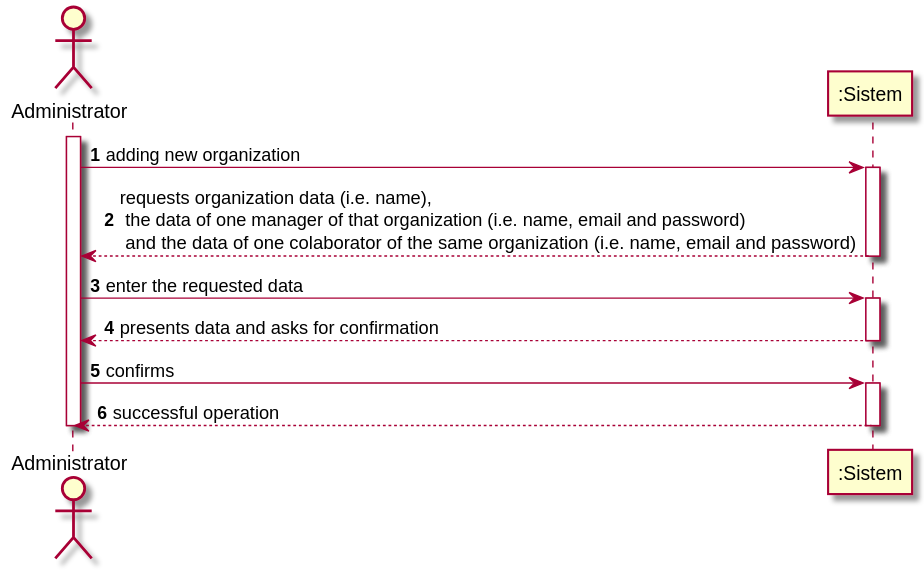
This is docs/UC_08/UC08_SSD.svg from botelho-io/lapr2-2020-g029, a PlantUML export, as it was before one commit. Source of this version:
```plantuml
@startuml
autonumber
actor Administrator as A

activate A
A -> ":Sistem" : adding new organization
activate ":Sistem"
":Sistem" --> A : requests organization data (i.e. name),\n the data of one manager of that organization (i.e. name, email and password)\n and  the data of one colaborator of the same organization  (i.e. name, email and password)
deactivate ":Sistem"

A -> ":Sistem" : enter the requested data
activate ":Sistem"
":Sistem" --> A : presents data and asks for confirmation
deactivate ":Sistem"

A -> ":Sistem" : confirms
activate ":Sistem"
":Sistem" --> A : successful operation
deactivate ":Sistem"

deactivate A
@enduml
```
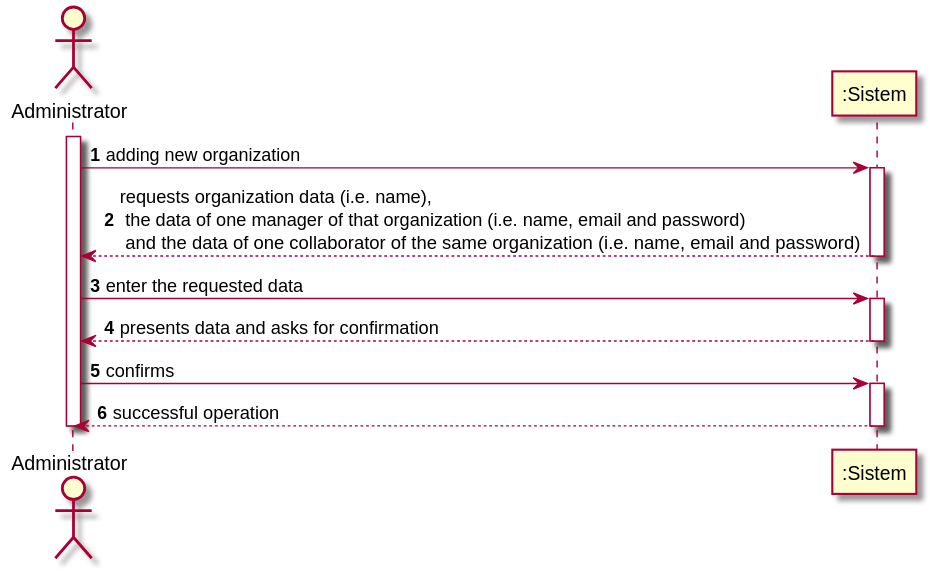
Above is the later version.

Diff of the diagram source:
```diff
@@ -5,7 +5,7 @@
 activate A
 A -> ":Sistem" : adding new organization
 activate ":Sistem"
-":Sistem" --> A : requests organization data (i.e. name),\n the data of one manager of that organization (i.e. name, email and password)\n and  the data of one colaborator of the same organization  (i.e. name, email and password)
+":Sistem" --> A : requests organization data (i.e. name),\n the data of one manager of that organization (i.e. name, email and password)\n and  the data of one collaborator of the same organization  (i.e. name, email and password)
 deactivate ":Sistem"
 
 A -> ":Sistem" : enter the requested data
```
